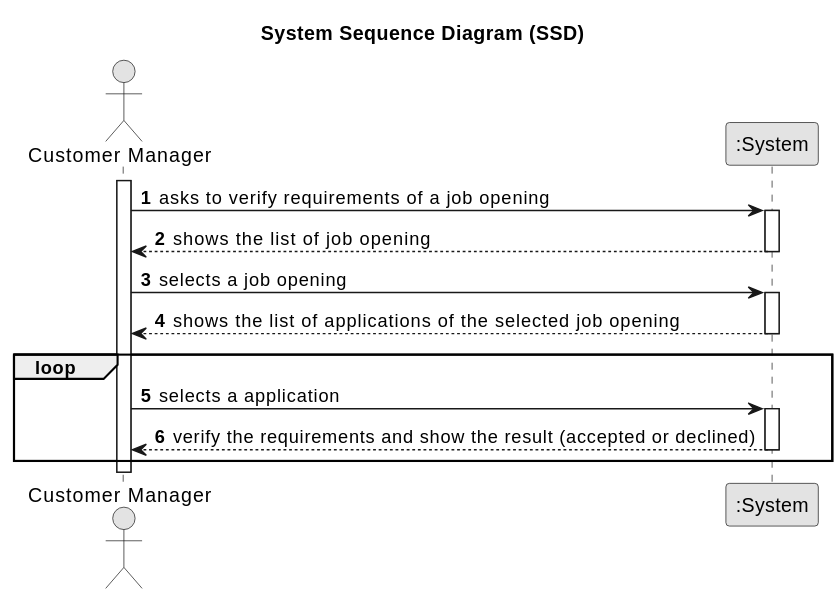
Earlier version of the PlantUML export docs/SprintC/verification_of_requirements/system-sequence-diagram.svg (MiguelCardoso77/LAPR4).
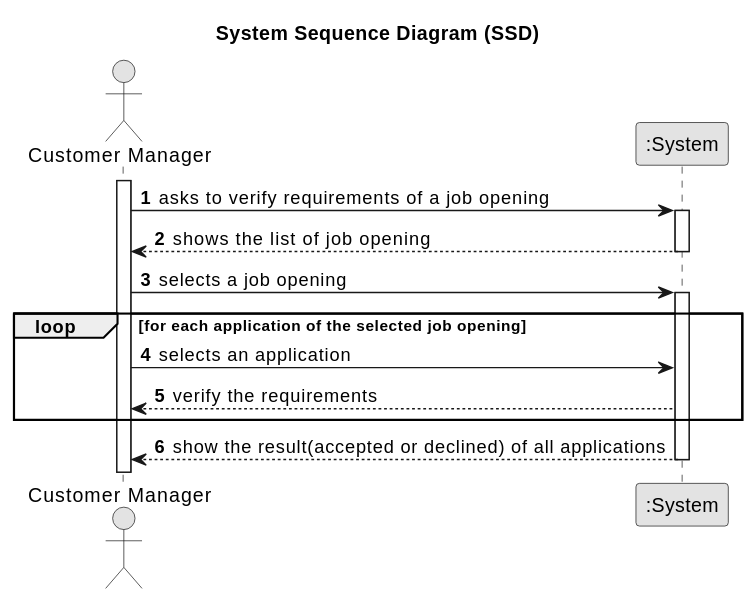
Above is the later version.

The edit, as a diff of the source:
```diff
@@ -21,16 +21,14 @@
     CM -> System : selects a job opening
     activate System
 
-    System --> CM : shows the list of applications of the selected job opening
+loop for each application of the selected job opening
+
+    CM -> System : selects an application
+
+    System --> CM : verify the requirements
+end loop
+
+    System --> CM : show the result(accepted or declined) of all applications
+
     deactivate System
-
-loop
-
-    CM -> System : selects a application
-    activate System
-
-    System --> CM : verify the requirements and show the result (accepted or declined)
-    deactivate System
-
-end loop
 @enduml
```
